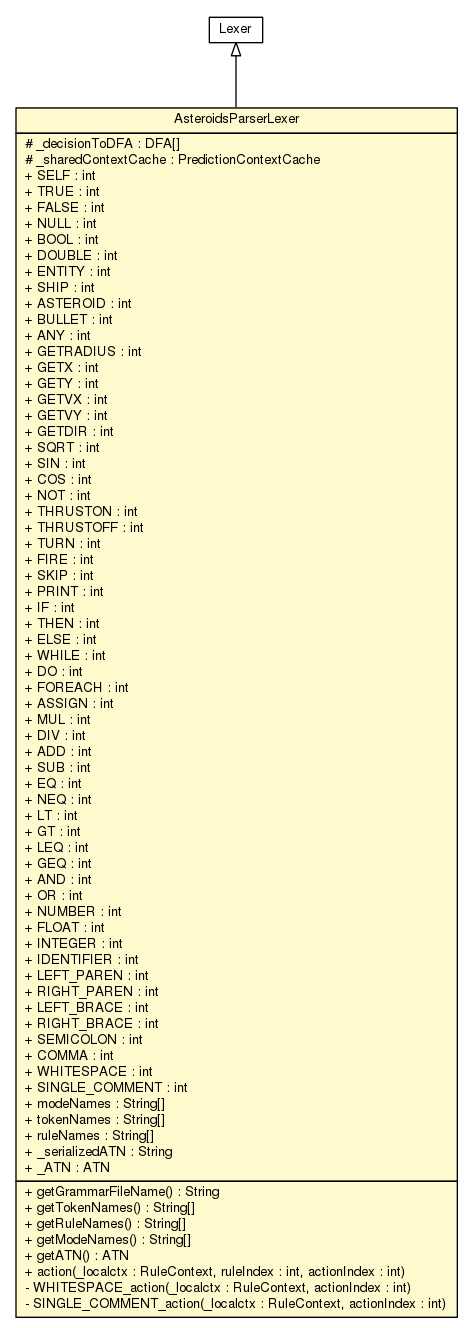
Before: doc/model/programs/parsing/AsteroidsParserLexer.png, a diagram exported from Graphviz (sinopeus/asteroids). Its source is kept beside it as doc/model/programs/parsing/AsteroidsParserLexer.dot.
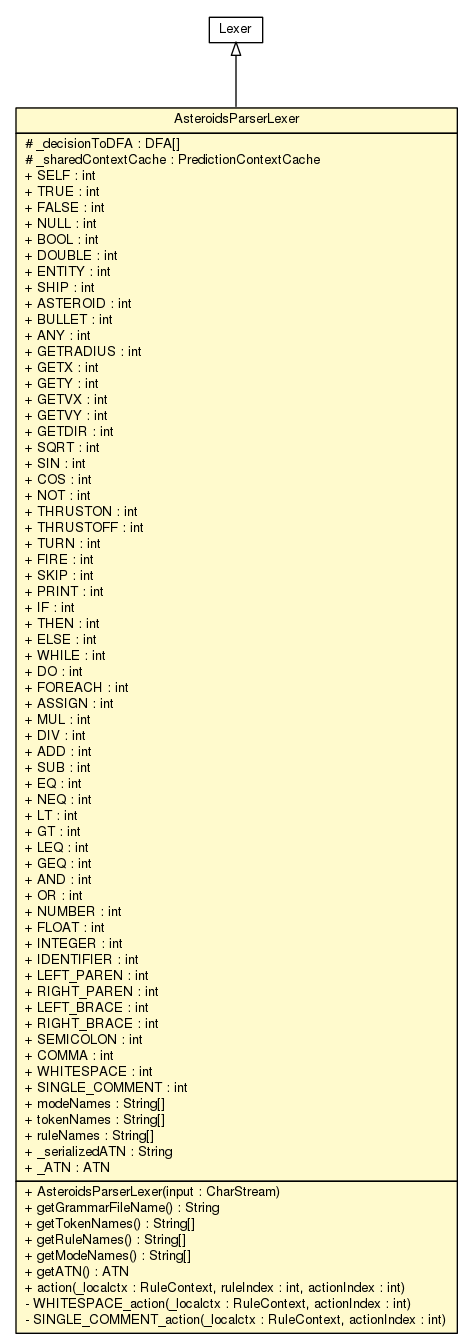
Above is the later version.

The edit, as a diff of the source:
```diff
@@ -4,7 +4,7 @@
 	node [fontname="Helvetica",fontsize=10,shape=plaintext];
 	nodesep=0.25;
 	ranksep=0.5;
-	c3927 [label=<<table title="model.programs.parsing.AsteroidsParserLexer" border="0" cellborder="1" cellspacing="0" cellpadding="2" port="p" bgcolor="lemonChiffon" href="./AsteroidsParserLexer.html">
+	c3956 [label=<<table title="model.programs.parsing.AsteroidsParserLexer" border="0" cellborder="1" cellspacing="0" cellpadding="2" port="p" bgcolor="lemonChiffon" href="./AsteroidsParserLexer.html">
 		<tr><td><table border="0" cellspacing="0" cellpadding="1">
 <tr><td align="center" balign="center"> AsteroidsParserLexer </td></tr>
 		</table></td></tr>
@@ -76,6 +76,7 @@
 <tr><td align="left" balign="left"> + _ATN : ATN </td></tr>
 		</table></td></tr>
 		<tr><td><table border="0" cellspacing="0" cellpadding="1">
+<tr><td align="left" balign="left"> + AsteroidsParserLexer(input : CharStream) </td></tr>
 <tr><td align="left" balign="left"> + getGrammarFileName() : String </td></tr>
 <tr><td align="left" balign="left"> + getTokenNames() : String[] </td></tr>
 <tr><td align="left" balign="left"> + getRuleNames() : String[] </td></tr>
@@ -86,8 +87,8 @@
 <tr><td align="left" balign="left"> - SINGLE_COMMENT_action(_localctx : RuleContext, actionIndex : int) </td></tr>
 		</table></td></tr>
 		</table>>, URL="./AsteroidsParserLexer.html", fontname="Helvetica", fontcolor="black", fontsize=10.0];
-	c4021:p -> c3927:p [dir=back,arrowtail=empty];
-	c4021[label=<<table title="Lexer" border="0" cellborder="1" cellspacing="0" cellpadding="2" port="p" href="http://java.sun.com/j2se/1.4.2/docs/api//Lexer.html">
+	c4050:p -> c3956:p [dir=back,arrowtail=empty];
+	c4050[label=<<table title="Lexer" border="0" cellborder="1" cellspacing="0" cellpadding="2" port="p" href="http://java.sun.com/j2se/1.4.2/docs/api//Lexer.html">
 		<tr><td><table border="0" cellspacing="0" cellpadding="1">
 <tr><td align="center" balign="center"> Lexer </td></tr>
 		</table></td></tr>
```
